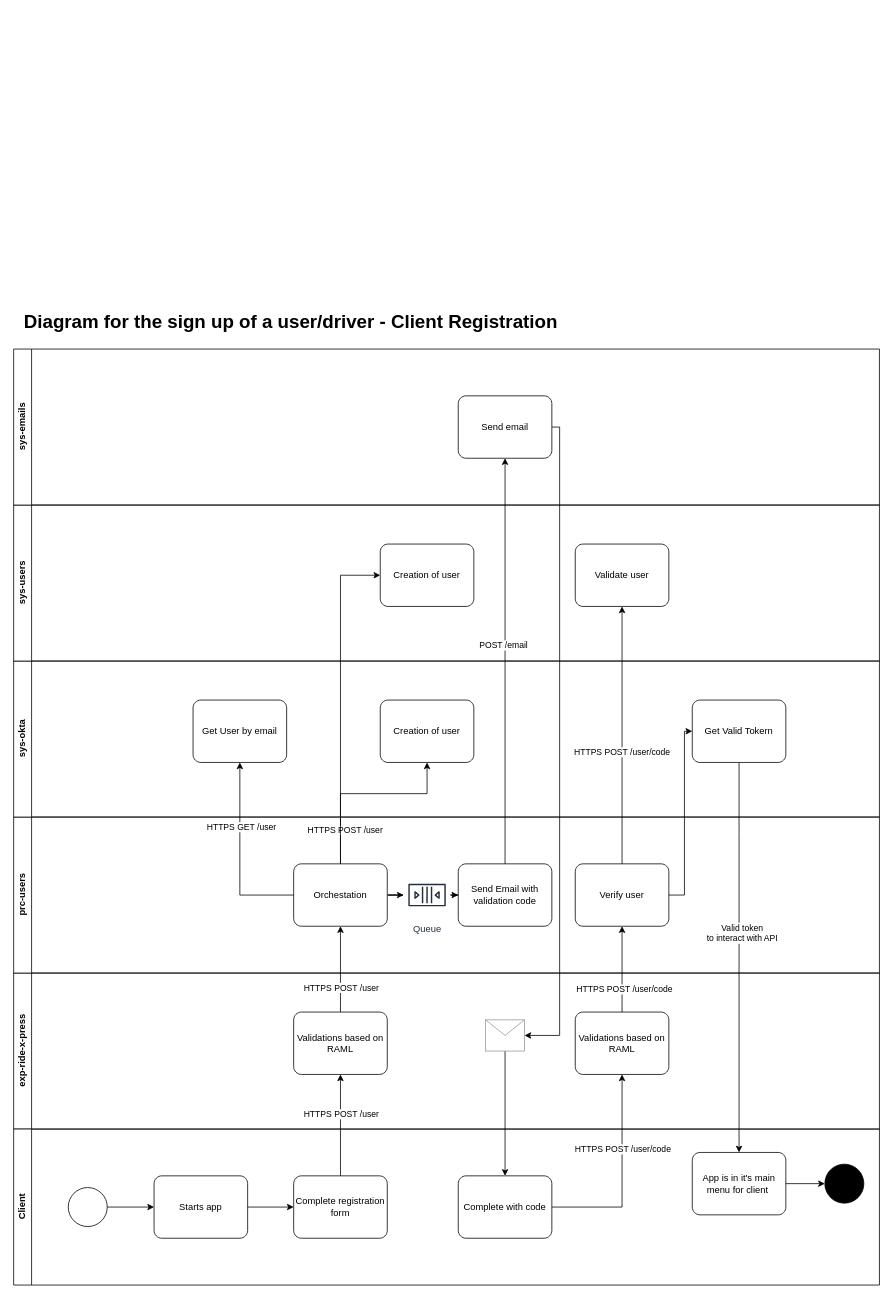
Before: architecture/diagrams/use-cases/sign-up-user-use-case.drawio in RideXpress/docs, a draw.io diagram. Source tidied: cells renumbered, new cells numbered last; positions are measured from the earlier drawing's top-left corner, leaving out a move shared by most shapes. Both pictures are drawn from the tidied source at 78%, with x=0, y=0 at pixel (13, 294).
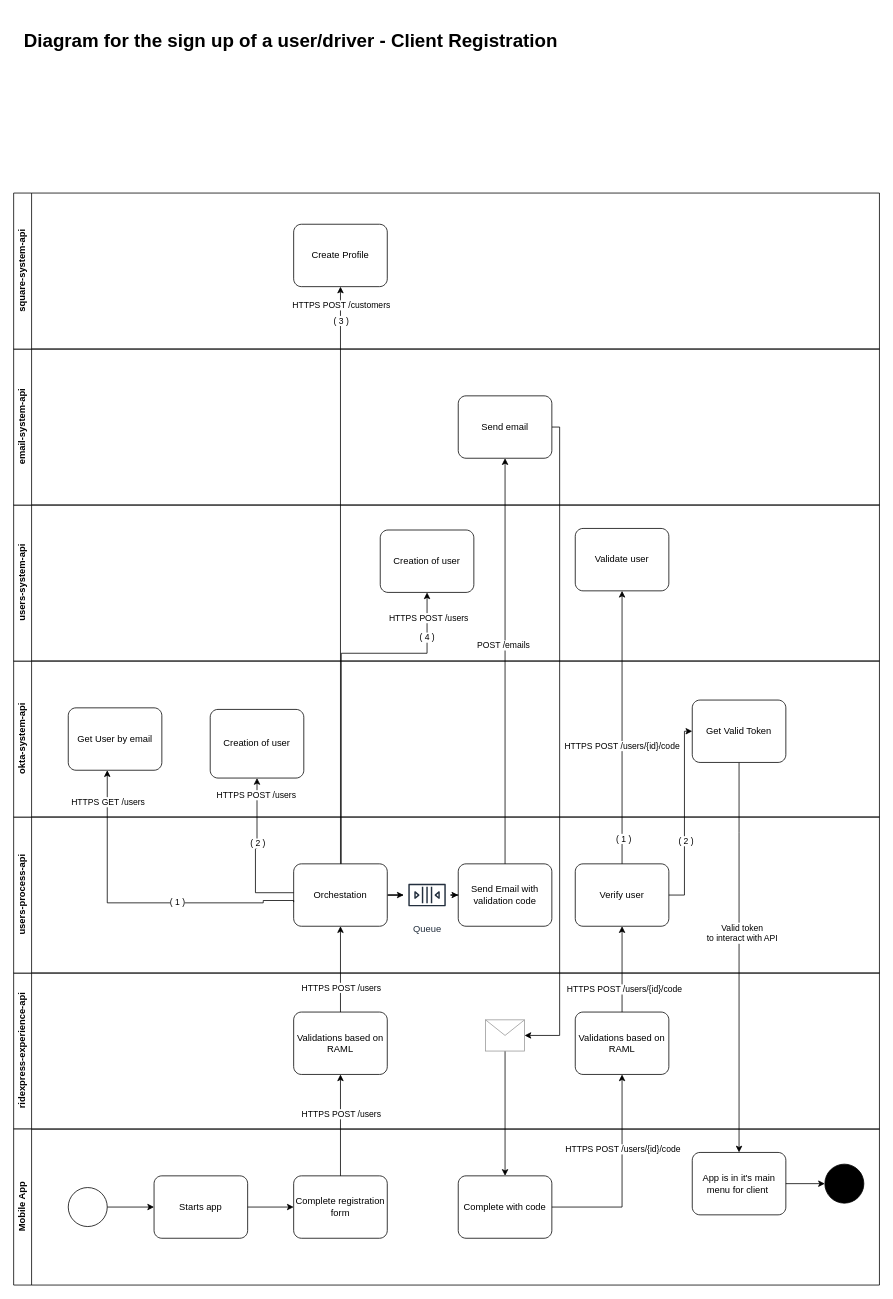
After the change.

The change refers to these unchanged cells:
```xml
<mxCell id="15" style="edgeStyle=orthogonalEdgeStyle;rounded=0;jettySize=auto;html=1;" parent="1" edge="1" source="9" target="3">
  <mxGeometry relative="1" as="geometry" />
</mxCell>
<mxCell id="19" value="Orchestation" style="points=[[0.25,0,0],[0.5,0,0],[0.75,0,0],[1,0.25,0],[1,0.5,0],[1,0.75,0],[0.75,1,0],[0.5,1,0],[0.25,1,0],[0,0.75,0],[0,0.5,0],[0,0.25,0]];shape=mxgraph.bpmn.task;whiteSpace=wrap;rectStyle=rounded;size=10;html=1;taskMarker=abstract;" parent="17" vertex="1">
  <mxGeometry x="359" y="60" width="120" height="80" as="geometry" />
</mxCell>
<mxCell id="30" style="edgeStyle=orthogonalEdgeStyle;rounded=0;jettySize=auto;html=1;" parent="1" edge="1" source="3" target="19">
  <mxGeometry relative="1" as="geometry" />
</mxCell>
<mxCell id="35" style="edgeStyle=orthogonalEdgeStyle;rounded=0;jettySize=auto;html=1;entryX=0.5;entryY=1;entryDx=0;entryDy=0;entryPerimeter=0;" parent="1" edge="1" source="14" target="4">
  <mxGeometry relative="1" as="geometry" />
</mxCell>
<mxCell id="37" style="edgeStyle=orthogonalEdgeStyle;rounded=0;jettySize=auto;html=1;" parent="1" edge="1" source="4" target="21">
  <mxGeometry relative="1" as="geometry" />
</mxCell>
<mxCell id="43" style="edgeStyle=orthogonalEdgeStyle;rounded=0;jettySize=auto;html=1;" parent="1" edge="1" source="21" target="47">
  <mxGeometry relative="1" as="geometry" />
</mxCell>
<mxCell id="51" style="edgeStyle=orthogonalEdgeStyle;rounded=0;jettySize=auto;html=1;" parent="1" edge="1" source="20" target="50">
  <mxGeometry relative="1" as="geometry" />
</mxCell>
<mxCell id="53" style="edgeStyle=orthogonalEdgeStyle;rounded=0;jettySize=auto;html=1;entryX=0;entryY=0.5;entryDx=0;entryDy=0;entryPerimeter=0;" parent="1" edge="1" source="21" target="29">
  <mxGeometry relative="1" as="geometry">
    <Array as="points">
      <mxPoint x="860" y="770" />
      <mxPoint x="860" y="560" />
    </Array>
  </mxGeometry>
</mxCell>
```

The edit, as a diff of the source:
```diff
@@
-    <mxCell id="2" value="exp-ride-x-press" style="swimlane;horizontal=0;whiteSpace=wrap;html=1;" parent="1" vertex="1">
+    <mxCell id="2" value="ridexpress-experience-api" style="swimlane;horizontal=0;whiteSpace=wrap;html=1;" parent="1" vertex="1">
       <mxGeometry y="870" width="1110" height="200" as="geometry" />
     </mxCell>
@@
-    <mxCell id="5" value="Client" style="swimlane;horizontal=0;whiteSpace=wrap;html=1;" parent="1" vertex="1">
+    <mxCell id="5" value="Mobile App" style="swimlane;horizontal=0;whiteSpace=wrap;html=1;" parent="1" vertex="1">
       <mxGeometry y="1070" width="1110" height="200" as="geometry" />
     </mxCell>
@@
-    <mxCell id="16" value="HTTPS POST /user" style="edgeLabel;html=1;align=center;verticalAlign=middle;" parent="15" vertex="1">
+    <mxCell id="16" value="HTTPS POST /users" style="edgeLabel;html=1;align=center;verticalAlign=middle;" parent="15" vertex="1">
       <mxGeometry x="0.05" y="-3" relative="1" as="geometry">
         <mxPoint x="-3" y="-12" as="offset" />
       </mxGeometry>
     </mxCell>
-    <mxCell id="17" value="prc-users" style="swimlane;horizontal=0;whiteSpace=wrap;html=1;" parent="1" vertex="1">
+    <mxCell id="17" value="users-process-api" style="swimlane;horizontal=0;whiteSpace=wrap;html=1;" parent="1" vertex="1">
       <mxGeometry y="670" width="1110" height="200" as="geometry" />
     </mxCell>
@@
+    <mxCell id="41" style="edgeStyle=orthogonalEdgeStyle;rounded=0;jettySize=auto;html=1;entryX=0.5;entryY=1;entryDx=0;entryDy=0;entryPerimeter=0;exitX=0;exitY=0.613;exitDx=0;exitDy=0;exitPerimeter=0;" parent="17" edge="1" source="19">
+      <mxGeometry relative="1" as="geometry">
+        <mxPoint x="120" y="-60" as="targetPoint" />
+        <Array as="points">
+          <mxPoint x="359" y="107" />
+          <mxPoint x="320" y="107" />
+          <mxPoint x="320" y="110" />
+          <mxPoint x="120" y="110" />
+        </Array>
+      </mxGeometry>
+    </mxCell>
+    <mxCell id="42" value="HTTPS GET /users" style="edgeLabel;html=1;align=center;verticalAlign=middle;" parent="41" vertex="1">
+      <mxGeometry x="0.31" y="-1" relative="1" as="geometry">
+        <mxPoint x="-1" y="-103" as="offset" />
+      </mxGeometry>
+    </mxCell>
+    <mxCell id="55" value="( 1 )" style="edgeLabel;html=1;align=center;verticalAlign=middle;" parent="41" vertex="1">
+      <mxGeometry x="-0.81" y="1" relative="1" as="geometry">
+        <mxPoint x="-113" as="offset" />
+      </mxGeometry>
+    </mxCell>
-    <mxCell id="26" value="sys-okta" style="swimlane;horizontal=0;whiteSpace=wrap;html=1;" parent="1" vertex="1">
+    <mxCell id="26" value="okta-system-api" style="swimlane;horizontal=0;whiteSpace=wrap;html=1;" parent="1" vertex="1">
       <mxGeometry y="470" width="1110" height="200" as="geometry" />
     </mxCell>
     <mxCell id="27" value="Creation of user" style="points=[[0.25,0,0],[0.5,0,0],[0.75,0,0],[1,0.25,0],[1,0.5,0],[1,0.75,0],[0.75,1,0],[0.5,1,0],[0.25,1,0],[0,0.75,0],[0,0.5,0],[0,0.25,0]];shape=mxgraph.bpmn.task;whiteSpace=wrap;rectStyle=rounded;size=10;html=1;taskMarker=abstract;" parent="26" vertex="1">
-      <mxGeometry x="470" y="50" width="120" height="80" as="geometry" />
+      <mxGeometry x="252" y="62" width="120" height="88" as="geometry" />
     </mxCell>
     <mxCell id="28" value="Get User by email" style="points=[[0.25,0,0],[0.5,0,0],[0.75,0,0],[1,0.25,0],[1,0.5,0],[1,0.75,0],[0.75,1,0],[0.5,1,0],[0.25,1,0],[0,0.75,0],[0,0.5,0],[0,0.25,0]];shape=mxgraph.bpmn.task;whiteSpace=wrap;rectStyle=rounded;size=10;html=1;taskMarker=abstract;" parent="26" vertex="1">
-      <mxGeometry x="230" y="50" width="120" height="80" as="geometry" />
+      <mxGeometry x="70" y="60" width="120" height="80" as="geometry" />
     </mxCell>
-    <mxCell id="29" value="Get Valid Tokern" style="points=[[0.25,0,0],[0.5,0,0],[0.75,0,0],[1,0.25,0],[1,0.5,0],[1,0.75,0],[0.75,1,0],[0.5,1,0],[0.25,1,0],[0,0.75,0],[0,0.5,0],[0,0.25,0]];shape=mxgraph.bpmn.task;whiteSpace=wrap;rectStyle=rounded;size=10;html=1;taskMarker=abstract;" parent="26" vertex="1">
+    <mxCell id="29" value="Get Valid Token" style="points=[[0.25,0,0],[0.5,0,0],[0.75,0,0],[1,0.25,0],[1,0.5,0],[1,0.75,0],[0.75,1,0],[0.5,1,0],[0.25,1,0],[0,0.75,0],[0,0.5,0],[0,0.25,0]];shape=mxgraph.bpmn.task;whiteSpace=wrap;rectStyle=rounded;size=10;html=1;taskMarker=abstract;" parent="26" vertex="1">
       <mxGeometry x="870" y="50" width="120" height="80" as="geometry" />
     </mxCell>
@@
-    <mxCell id="31" value="HTTPS POST /user" style="edgeLabel;html=1;align=center;verticalAlign=middle;" parent="30" vertex="1">
+    <mxCell id="31" value="HTTPS POST /users" style="edgeLabel;html=1;align=center;verticalAlign=middle;" parent="30" vertex="1">
       <mxGeometry x="-0.42" y="-3" relative="1" as="geometry">
         <mxPoint x="-3" as="offset" />
       </mxGeometry>
     </mxCell>
@@
-    <mxCell id="33" style="edgeStyle=orthogonalEdgeStyle;rounded=0;jettySize=auto;html=1;entryX=0.5;entryY=1;entryDx=0;entryDy=0;entryPerimeter=0;" parent="1" edge="1" source="19" target="27">
+    <mxCell id="33" style="edgeStyle=orthogonalEdgeStyle;rounded=0;jettySize=auto;html=1;entryX=0.5;entryY=1;entryDx=0;entryDy=0;entryPerimeter=0;" parent="1" edge="1" target="27">
       <mxGeometry relative="1" as="geometry">
+        <mxPoint x="359" y="767" as="sourcePoint" />
         <Array as="points">
-          <mxPoint x="419" y="640" />
-          <mxPoint x="530" y="640" />
+          <mxPoint x="310" y="767" />
+          <mxPoint x="310" y="710" />
+          <mxPoint x="312" y="710" />
         </Array>
       </mxGeometry>
     </mxCell>
-    <mxCell id="34" value="HTTPS POST /user" style="edgeLabel;html=1;align=center;verticalAlign=middle;" parent="33" vertex="1">
+    <mxCell id="34" value="HTTPS POST /users" style="edgeLabel;html=1;align=center;verticalAlign=middle;" parent="33" vertex="1">
       <mxGeometry x="-0.34" y="1" relative="1" as="geometry">
-        <mxPoint x="6" y="36" as="offset" />
+        <mxPoint x="1" y="-110" as="offset" />
       </mxGeometry>
     </mxCell>
+    <mxCell id="56" value="( 2 )" style="edgeLabel;html=1;align=center;verticalAlign=middle;" parent="33" vertex="1">
+      <mxGeometry y="-2" relative="1" as="geometry">
+        <mxPoint y="-14" as="offset" />
+      </mxGeometry>
+    </mxCell>
@@
-    <mxCell id="36" value="HTTPS POST /user/code" style="edgeLabel;html=1;align=center;verticalAlign=middle;" parent="35" vertex="1">
+    <mxCell id="36" value="HTTPS POST /users/{id}/code" style="edgeLabel;html=1;align=center;verticalAlign=middle;" parent="35" vertex="1">
       <mxGeometry x="0.27" relative="1" as="geometry" />
     </mxCell>
@@
-    <mxCell id="38" value="HTTPS POST /user/code" style="edgeLabel;html=1;align=center;verticalAlign=middle;" parent="37" vertex="1">
+    <mxCell id="38" value="HTTPS POST /users/{id}/code" style="edgeLabel;html=1;align=center;verticalAlign=middle;" parent="37" vertex="1">
       <mxGeometry x="-0.45" y="-2" relative="1" as="geometry" />
     </mxCell>
@@
-    <mxCell id="41" style="edgeStyle=orthogonalEdgeStyle;rounded=0;jettySize=auto;html=1;" parent="1" edge="1" source="19" target="28">
-      <mxGeometry relative="1" as="geometry" />
-    </mxCell>
-    <mxCell id="42" value="HTTPS GET /user" style="edgeLabel;html=1;align=center;verticalAlign=middle;" parent="41" vertex="1">
-      <mxGeometry x="0.31" y="-1" relative="1" as="geometry" />
-    </mxCell>
@@
-    <mxCell id="44" value="HTTPS POST /user/code" style="edgeLabel;html=1;align=center;verticalAlign=middle;" parent="43" vertex="1">
+    <mxCell id="44" value="HTTPS POST /users/{id}/code" style="edgeLabel;html=1;align=center;verticalAlign=middle;" parent="43" vertex="1">
       <mxGeometry x="-0.13" y="1" relative="1" as="geometry" />
     </mxCell>
+    <mxCell id="57" value="( 1 )" style="edgeLabel;html=1;align=center;verticalAlign=middle;" parent="43" vertex="1">
+      <mxGeometry x="-0.81" y="-1" relative="1" as="geometry" />
+    </mxCell>
-    <mxCell id="45" value="sys-users" style="swimlane;horizontal=0;whiteSpace=wrap;html=1;" parent="1" vertex="1">
+    <mxCell id="45" value="users-system-api" style="swimlane;horizontal=0;whiteSpace=wrap;html=1;" parent="1" vertex="1">
       <mxGeometry y="270" width="1110" height="200" as="geometry" />
     </mxCell>
     <mxCell id="46" value="Creation of user" style="points=[[0.25,0,0],[0.5,0,0],[0.75,0,0],[1,0.25,0],[1,0.5,0],[1,0.75,0],[0.75,1,0],[0.5,1,0],[0.25,1,0],[0,0.75,0],[0,0.5,0],[0,0.25,0]];shape=mxgraph.bpmn.task;whiteSpace=wrap;rectStyle=rounded;size=10;html=1;taskMarker=abstract;" parent="45" vertex="1">
-      <mxGeometry x="470" y="50" width="120" height="80" as="geometry" />
+      <mxGeometry x="470" y="32" width="120" height="80" as="geometry" />
     </mxCell>
     <mxCell id="47" value="Validate user" style="points=[[0.25,0,0],[0.5,0,0],[0.75,0,0],[1,0.25,0],[1,0.5,0],[1,0.75,0],[0.75,1,0],[0.5,1,0],[0.25,1,0],[0,0.75,0],[0,0.5,0],[0,0.25,0]];shape=mxgraph.bpmn.task;whiteSpace=wrap;rectStyle=rounded;size=10;html=1;taskMarker=abstract;" parent="45" vertex="1">
-      <mxGeometry x="720" y="50" width="120" height="80" as="geometry" />
+      <mxGeometry x="720" y="30" width="120" height="80" as="geometry" />
     </mxCell>
-    <mxCell id="48" style="edgeStyle=orthogonalEdgeStyle;rounded=0;jettySize=auto;html=1;entryX=0;entryY=0.5;entryDx=0;entryDy=0;entryPerimeter=0;" parent="1" edge="1" source="19" target="46">
-      <mxGeometry relative="1" as="geometry" />
+    <mxCell id="48" style="edgeStyle=orthogonalEdgeStyle;rounded=0;jettySize=auto;html=1;entryX=0.5;entryY=1;entryDx=0;entryDy=0;entryPerimeter=0;" parent="1" edge="1" source="19" target="46">
+      <mxGeometry relative="1" as="geometry">
+        <Array as="points">
+          <mxPoint x="420" y="460" />
+          <mxPoint x="530" y="460" />
+        </Array>
+      </mxGeometry>
     </mxCell>
+    <mxCell id="58" value="HTTPS POST /users" style="edgeLabel;html=1;align=center;verticalAlign=middle;" parent="48" vertex="1">
+      <mxGeometry x="0.86" y="-1" relative="1" as="geometry" />
+    </mxCell>
+    <mxCell id="59" value="( 4 )" style="edgeLabel;html=1;align=center;verticalAlign=middle;" parent="48" vertex="1">
+      <mxGeometry x="0.75" y="1" relative="1" as="geometry" />
+    </mxCell>
-    <mxCell id="49" value="sys-emails" style="swimlane;horizontal=0;whiteSpace=wrap;html=1;" parent="1" vertex="1">
+    <mxCell id="49" value="email-system-api" style="swimlane;horizontal=0;whiteSpace=wrap;html=1;" parent="1" vertex="1">
       <mxGeometry y="70" width="1110" height="200" as="geometry" />
     </mxCell>
@@
-    <mxCell id="52" value="POST /email" style="edgeLabel;html=1;align=center;verticalAlign=middle;" parent="51" vertex="1">
+    <mxCell id="52" value="POST /emails" style="edgeLabel;html=1;align=center;verticalAlign=middle;" parent="51" vertex="1">
       <mxGeometry x="0.08" y="3" relative="1" as="geometry" />
     </mxCell>
@@
+    <mxCell id="60" value="( 2 )" style="edgeLabel;html=1;align=center;verticalAlign=middle;" parent="53" vertex="1">
+      <mxGeometry x="-0.25" y="-1" relative="1" as="geometry" />
+    </mxCell>
     <mxCell id="54" value="&lt;h1&gt;Diagram for the sign up of a user/driver - Client Registration&lt;br&gt;&lt;/h1&gt;" style="text;html=1;align=center;verticalAlign=middle;strokeColor=none;fillColor=none;" parent="1" vertex="1">
-      <mxGeometry width="710" height="70" as="geometry" />
+      <mxGeometry y="-360" width="710" height="70" as="geometry" />
     </mxCell>
+    <mxCell id="61" value="square-system-api" style="swimlane;horizontal=0;whiteSpace=wrap;html=1;" parent="1" vertex="1">
+      <mxGeometry y="-130" width="1110" height="200" as="geometry" />
+    </mxCell>
+    <mxCell id="62" value="Create Profile" style="points=[[0.25,0,0],[0.5,0,0],[0.75,0,0],[1,0.25,0],[1,0.5,0],[1,0.75,0],[0.75,1,0],[0.5,1,0],[0.25,1,0],[0,0.75,0],[0,0.5,0],[0,0.25,0]];shape=mxgraph.bpmn.task;whiteSpace=wrap;rectStyle=rounded;size=10;html=1;taskMarker=abstract;" parent="61" vertex="1">
+      <mxGeometry x="359" y="40" width="120" height="80" as="geometry" />
+    </mxCell>
+    <mxCell id="63" style="edgeStyle=orthogonalEdgeStyle;rounded=0;jettySize=auto;html=1;exitX=0.5;exitY=0;exitDx=0;exitDy=0;exitPerimeter=0;entryX=0.5;entryY=1;entryDx=0;entryDy=0;entryPerimeter=0;" parent="1" edge="1" source="19" target="62">
+      <mxGeometry relative="1" as="geometry">
+        <Array as="points">
+          <mxPoint x="419" y="7" />
+        </Array>
+      </mxGeometry>
+    </mxCell>
+    <mxCell id="64" value="HTTPS POST /customers" style="edgeLabel;html=1;align=center;verticalAlign=middle;" parent="63" vertex="1">
+      <mxGeometry x="0.17" relative="1" as="geometry">
+        <mxPoint y="-284" as="offset" />
+      </mxGeometry>
+    </mxCell>
+    <mxCell id="65" value="( 3 )" style="edgeLabel;html=1;align=center;verticalAlign=middle;" parent="63" vertex="1">
+      <mxGeometry x="0.1" relative="1" as="geometry">
+        <mxPoint y="-290" as="offset" />
+      </mxGeometry>
+    </mxCell>
```
